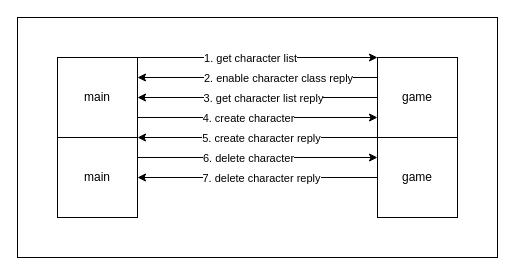
Earlier version of the draw.io diagram docs/character.drawio (xujintao/balgass). Source tidied: cells renumbered, new cells numbered last; positions are measured from the earlier drawing's top-left corner, leaving out a move shared by most shapes. Both pictures are drawn from the tidied source at 100%, with x=0, y=0 at pixel (17, 17).
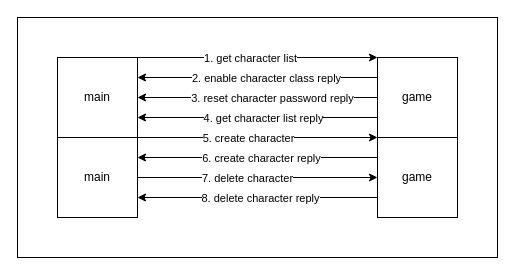
Above is the later version.

Commit message (it also covers changes not shown here):
docs: add reset-character

The change refers to these unchanged cells:
```xml
<mxCell id="3" value="main" style="rounded=0;whiteSpace=wrap;html=1;" parent="1" vertex="1">
  <mxGeometry x="40" y="40" width="80" height="80" as="geometry" />
</mxCell>
<mxCell id="4" value="game" style="rounded=0;whiteSpace=wrap;html=1;" parent="1" vertex="1">
  <mxGeometry x="360" y="40" width="80" height="80" as="geometry" />
</mxCell>
<mxCell id="13" value="main" style="rounded=0;whiteSpace=wrap;html=1;" parent="1" vertex="1">
  <mxGeometry x="40" y="120" width="80" height="80" as="geometry" />
</mxCell>
<mxCell id="14" value="game" style="rounded=0;whiteSpace=wrap;html=1;" parent="1" vertex="1">
  <mxGeometry x="360" y="120" width="80" height="80" as="geometry" />
</mxCell>
<mxCell id="19" style="endArrow=classic;html=1;rounded=0;entryX=1;entryY=0.25;entryDx=0;entryDy=0;exitX=0;exitY=0.25;exitDx=0;exitDy=0;" parent="1" edge="1" source="4" target="3">
  <mxGeometry relative="1" as="geometry" />
</mxCell>
```

Diff of the diagram source:
```diff
@@
-    <mxCell id="7" style="endArrow=classic;html=1;rounded=0;exitX=0;exitY=0.5;exitDx=0;exitDy=0;entryX=1;entryY=0.5;entryDx=0;entryDy=0;" parent="1" edge="1" source="4" target="3">
+    <mxCell id="7" style="endArrow=classic;html=1;rounded=0;exitX=0;exitY=0.75;exitDx=0;exitDy=0;entryX=1;entryY=0.75;entryDx=0;entryDy=0;" parent="1" edge="1" source="4" target="3">
       <mxGeometry relative="1" as="geometry" />
     </mxCell>
-    <mxCell id="8" value="3. get character list reply" style="edgeLabel;html=1;align=center;verticalAlign=middle;" parent="7" vertex="1">
+    <mxCell id="8" value="4. get character list reply" style="edgeLabel;html=1;align=center;verticalAlign=middle;" parent="7" vertex="1">
       <mxGeometry x="0.14" relative="1" as="geometry">
         <mxPoint x="22" as="offset" />
       </mxGeometry>
     </mxCell>
-    <mxCell id="9" style="endArrow=classic;html=1;rounded=0;entryX=0;entryY=0.75;entryDx=0;entryDy=0;exitX=1;exitY=0.75;exitDx=0;exitDy=0;" parent="1" edge="1" source="3" target="4">
+    <mxCell id="9" style="endArrow=classic;html=1;rounded=0;entryX=0;entryY=1;entryDx=0;entryDy=0;exitX=1;exitY=1;exitDx=0;exitDy=0;" parent="1" edge="1" source="3" target="4">
       <mxGeometry relative="1" as="geometry" />
     </mxCell>
-    <mxCell id="10" value="4. create character" style="edgeLabel;html=1;align=center;verticalAlign=middle;" parent="9" vertex="1">
+    <mxCell id="10" value="5. create character" style="edgeLabel;html=1;align=center;verticalAlign=middle;" parent="9" vertex="1">
       <mxGeometry x="-0.25" y="-1" relative="1" as="geometry">
         <mxPoint x="20" y="-1" as="offset" />
       </mxGeometry>
     </mxCell>
-    <mxCell id="11" style="endArrow=classic;html=1;rounded=0;exitX=0;exitY=0;exitDx=0;exitDy=0;entryX=1;entryY=0;entryDx=0;entryDy=0;" parent="1" edge="1" source="14" target="13">
+    <mxCell id="11" style="endArrow=classic;html=1;rounded=0;exitX=0;exitY=0.25;exitDx=0;exitDy=0;entryX=1;entryY=0.25;entryDx=0;entryDy=0;" parent="1" edge="1" source="14" target="13">
       <mxGeometry relative="1" as="geometry" />
     </mxCell>
-    <mxCell id="12" value="5. create character reply" style="edgeLabel;html=1;align=center;verticalAlign=middle;" parent="11" vertex="1">
+    <mxCell id="12" value="6. create character reply" style="edgeLabel;html=1;align=center;verticalAlign=middle;" parent="11" vertex="1">
       <mxGeometry x="0.19" y="-1" relative="1" as="geometry">
         <mxPoint x="26" y="1" as="offset" />
       </mxGeometry>
     </mxCell>
@@
-    <mxCell id="15" style="endArrow=classic;html=1;rounded=0;exitX=1;exitY=0.25;exitDx=0;exitDy=0;entryX=0;entryY=0.25;entryDx=0;entryDy=0;" parent="1" edge="1" source="13" target="14">
+    <mxCell id="15" style="endArrow=classic;html=1;rounded=0;exitX=1;exitY=0.5;exitDx=0;exitDy=0;entryX=0;entryY=0.5;entryDx=0;entryDy=0;" parent="1" edge="1" source="13" target="14">
       <mxGeometry relative="1" as="geometry" />
     </mxCell>
-    <mxCell id="16" value="6. delete character" style="edgeLabel;html=1;align=center;verticalAlign=middle;" parent="15" vertex="1">
+    <mxCell id="16" value="7. delete character" style="edgeLabel;html=1;align=center;verticalAlign=middle;" parent="15" vertex="1">
       <mxGeometry x="-0.25" y="-1" relative="1" as="geometry">
-        <mxPoint x="20" y="-1" as="offset" />
+        <mxPoint x="19" y="-1" as="offset" />
       </mxGeometry>
     </mxCell>
-    <mxCell id="17" style="endArrow=classic;html=1;rounded=0;exitX=0;exitY=0.5;exitDx=0;exitDy=0;entryX=1;entryY=0.5;entryDx=0;entryDy=0;" parent="1" edge="1" source="14" target="13">
+    <mxCell id="17" style="endArrow=classic;html=1;rounded=0;exitX=0;exitY=0.75;exitDx=0;exitDy=0;entryX=1;entryY=0.75;entryDx=0;entryDy=0;" parent="1" edge="1" source="14" target="13">
       <mxGeometry relative="1" as="geometry" />
     </mxCell>
-    <mxCell id="18" value="7. delete character reply" style="edgeLabel;html=1;align=center;verticalAlign=middle;" parent="17" vertex="1">
+    <mxCell id="18" value="8. delete character reply" style="edgeLabel;html=1;align=center;verticalAlign=middle;" parent="17" vertex="1">
       <mxGeometry x="0.19" y="-1" relative="1" as="geometry">
-        <mxPoint x="26" y="1" as="offset" />
+        <mxPoint x="25" y="1" as="offset" />
       </mxGeometry>
     </mxCell>
@@
     <mxCell id="20" value="2. enable character class reply" style="edgeLabel;html=1;align=center;verticalAlign=middle;" parent="19" vertex="1">
       <mxGeometry x="0.14" relative="1" as="geometry">
-        <mxPoint x="37" as="offset" />
+        <mxPoint x="25" as="offset" />
       </mxGeometry>
     </mxCell>
+    <mxCell id="21" style="endArrow=classic;html=1;rounded=0;entryX=1;entryY=0.5;entryDx=0;entryDy=0;exitX=0;exitY=0.5;exitDx=0;exitDy=0;" parent="1" edge="1" source="4" target="3">
+      <mxGeometry relative="1" as="geometry" />
+    </mxCell>
+    <mxCell id="22" value="3. reset character password reply" style="edgeLabel;html=1;align=center;verticalAlign=middle;" parent="21" vertex="1">
+      <mxGeometry x="0.14" relative="1" as="geometry">
+        <mxPoint x="31" as="offset" />
+      </mxGeometry>
+    </mxCell>
```
